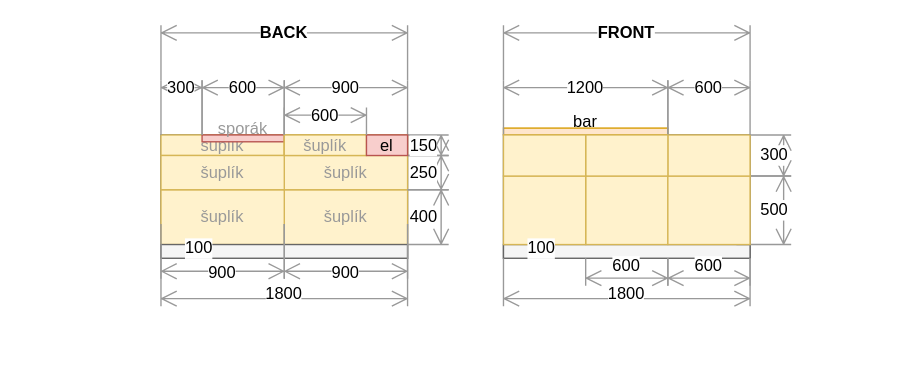
Earlier version of the draw.io diagram docs/src/static/drawings/kitchen.island.drawio (surquest/flat-renovation). Source tidied: cells renumbered, new cells numbered last; positions are measured from the earlier drawing's top-left corner, leaving out a move shared by most shapes. Both pictures are drawn from the tidied source at 137%, with x=0, y=0 at pixel (160, 25).
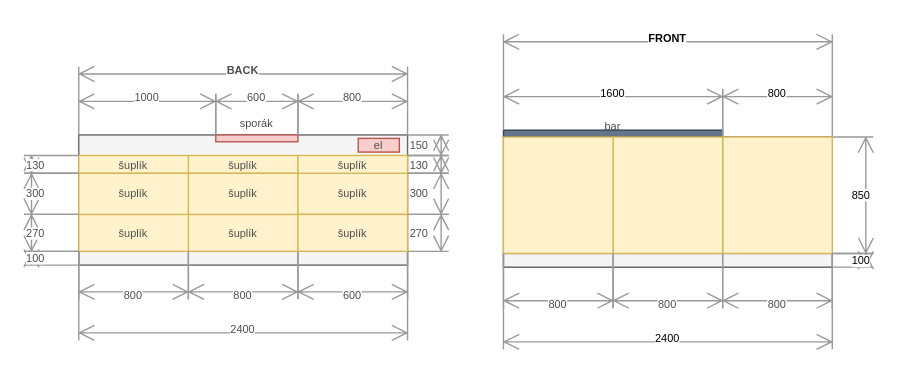
The same diagram, later.

Commit message (it also covers changes not shown here):
Kitchen adjustments

The edit, as a diff of the source:
```diff
@@
-    <mxCell id="2" style="rounded=0;whiteSpace=wrap;html=1;strokeColor=#666666;fillColor=#f5f5f5;fontColor=#333333;" parent="1" vertex="1">
-      <mxGeometry y="80" width="180" height="90" as="geometry" />
-    </mxCell>
-    <mxCell id="3" value="šuplík" style="rounded=0;whiteSpace=wrap;html=1;fillColor=#fff2cc;strokeColor=#d6b656;fontColor=#999999;" parent="1" vertex="1">
-      <mxGeometry y="80" width="90" height="15" as="geometry" />
-    </mxCell>
-    <mxCell id="4" value="šuplík" style="rounded=0;whiteSpace=wrap;html=1;fillColor=#fff2cc;strokeColor=#d6b656;fontColor=#999999;" parent="1" vertex="1">
-      <mxGeometry x="90" y="120" width="90" height="40" as="geometry" />
-    </mxCell>
-    <mxCell id="5" value="šuplík" style="rounded=0;whiteSpace=wrap;html=1;fillColor=#fff2cc;strokeColor=#d6b656;fontColor=#999999;" parent="1" vertex="1">
-      <mxGeometry y="120" width="90" height="40" as="geometry" />
-    </mxCell>
-    <mxCell id="6" style="rounded=0;whiteSpace=wrap;html=1;strokeColor=#666666;fillColor=#f5f5f5;fontColor=#333333;" parent="1" vertex="1">
-      <mxGeometry y="160" width="180" height="10" as="geometry" />
-    </mxCell>
-    <mxCell id="7" value="sporák" style="rounded=0;whiteSpace=wrap;html=1;fillColor=#f8cecc;strokeColor=#b85450;verticalAlign=bottom;fontColor=#999999;" parent="1" vertex="1">
-      <mxGeometry x="30" y="80" width="60" height="5" as="geometry" />
-    </mxCell>
-    <mxCell id="8" style="rounded=0;whiteSpace=wrap;html=1;fillColor=#fff2cc;strokeColor=#d6b656;" parent="1" vertex="1">
-      <mxGeometry x="90" y="80" width="90" height="15" as="geometry" />
-    </mxCell>
-    <mxCell id="9" value="šuplík" style="rounded=0;whiteSpace=wrap;html=1;fillColor=#fff2cc;strokeColor=#d6b656;fontColor=#999999;" parent="1" vertex="1">
-      <mxGeometry x="90" y="95" width="90" height="25" as="geometry" />
-    </mxCell>
-    <mxCell id="10" value="šuplík" style="rounded=0;whiteSpace=wrap;html=1;fillColor=#fff2cc;strokeColor=#d6b656;fontColor=#999999;" parent="1" vertex="1">
-      <mxGeometry y="95" width="90" height="25" as="geometry" />
-    </mxCell>
-    <mxCell id="11" value="1800" style="shape=dimension;direction=east;whiteSpace=wrap;html=1;align=center;verticalAlign=bottom;spacingTop=-8;labelBackgroundColor=#ffffff;strokeColor=#999999;" parent="1" vertex="1">
-      <mxGeometry y="170" width="180" height="35" as="geometry" />
-    </mxCell>
-    <mxCell id="12" value="100" style="shape=dimension;direction=south;whiteSpace=wrap;html=1;align=right;verticalAlign=middle;labelBackgroundColor=#ffffff;strokeColor=none;" parent="1" vertex="1">
-      <mxGeometry y="155" width="40" height="15" as="geometry" />
-    </mxCell>
-    <mxCell id="13" value="900" style="shape=dimension;direction=west;whiteSpace=wrap;html=1;align=center;verticalAlign=top;spacingTop=-8;labelBackgroundColor=#ffffff;strokeColor=#999999;" parent="1" vertex="1">
-      <mxGeometry x="90" y="40" width="90" height="40" as="geometry" />
-    </mxCell>
-    <mxCell id="14" value="300" style="shape=dimension;direction=west;whiteSpace=wrap;html=1;align=center;verticalAlign=top;spacingTop=-8;labelBackgroundColor=#ffffff;strokeColor=#999999;" parent="1" vertex="1">
-      <mxGeometry y="40" width="30" height="40" as="geometry" />
-    </mxCell>
-    <mxCell id="15" value="600" style="shape=dimension;direction=west;whiteSpace=wrap;html=1;align=center;verticalAlign=top;spacingTop=-8;labelBackgroundColor=#ffffff;strokeColor=#999999;" parent="1" vertex="1">
-      <mxGeometry x="30" y="40" width="60" height="40" as="geometry" />
-    </mxCell>
+    <mxCell id="43" style="rounded=0;whiteSpace=wrap;html=1;strokeColor=#666666;fillColor=#f5f5f5;fontColor=#4D4D4D;fontSize=8;" parent="1" vertex="1">
+      <mxGeometry x="-60" y="80" width="240" height="95" as="geometry" />
+    </mxCell>
-    <mxCell id="16" value="400" style="shape=dimension;direction=north;whiteSpace=wrap;html=1;align=left;verticalAlign=middle;labelBackgroundColor=#ffffff;strokeColor=#999999;" parent="1" vertex="1">
-      <mxGeometry x="180" y="120" width="30" height="40" as="geometry" />
+    <mxCell id="16" value="300" style="shape=dimension;direction=north;whiteSpace=wrap;html=1;align=left;verticalAlign=middle;labelBackgroundColor=#ffffff;strokeColor=#999999;fontSize=8;fontColor=#4D4D4D;" parent="1" vertex="1">
+      <mxGeometry x="180" y="108" width="30" height="30" as="geometry" />
     </mxCell>
-    <mxCell id="17" value="250" style="shape=dimension;direction=north;whiteSpace=wrap;html=1;align=left;verticalAlign=middle;labelBackgroundColor=#ffffff;strokeColor=#999999;" parent="1" vertex="1">
-      <mxGeometry x="180" y="95" width="30" height="25" as="geometry" />
-    </mxCell>
-    <mxCell id="18" value="150" style="shape=dimension;direction=north;whiteSpace=wrap;html=1;align=left;verticalAlign=middle;labelBackgroundColor=#ffffff;strokeColor=#999999;" parent="1" vertex="1">
+    <mxCell id="18" value="150" style="shape=dimension;direction=north;whiteSpace=wrap;html=1;align=left;verticalAlign=middle;labelBackgroundColor=#ffffff;strokeColor=#999999;fontSize=8;fontColor=#4D4D4D;" parent="1" vertex="1">
       <mxGeometry x="180" y="80" width="30" height="15" as="geometry" />
     </mxCell>
-    <mxCell id="19" value="BACK" style="shape=dimension;direction=west;whiteSpace=wrap;html=1;align=center;verticalAlign=top;spacingTop=-8;labelBackgroundColor=#ffffff;strokeColor=#999999;fontStyle=1;" parent="1" vertex="1">
-      <mxGeometry width="180" height="40" as="geometry" />
+    <mxCell id="19" value="BACK" style="shape=dimension;direction=west;whiteSpace=wrap;html=1;align=center;verticalAlign=top;spacingTop=-8;labelBackgroundColor=#ffffff;strokeColor=#999999;fontStyle=1;fontSize=8;fontColor=#4D4D4D;" parent="1" vertex="1">
+      <mxGeometry x="-60" y="30" width="240" height="20" as="geometry" />
     </mxCell>
-    <mxCell id="20" style="rounded=0;whiteSpace=wrap;html=1;strokeColor=#666666;fillColor=#f5f5f5;fontColor=#333333;" parent="1" vertex="1">
-      <mxGeometry x="250" y="80" width="180" height="90" as="geometry" />
+    <mxCell id="20" style="rounded=0;whiteSpace=wrap;html=1;strokeColor=#666666;fillColor=#f5f5f5;fontColor=#333333;fontSize=8;" parent="1" vertex="1">
+      <mxGeometry x="250" y="81.5" width="240" height="95" as="geometry" />
     </mxCell>
-    <mxCell id="21" style="rounded=0;whiteSpace=wrap;html=1;strokeColor=#666666;fillColor=#f5f5f5;fontColor=#333333;" parent="1" vertex="1">
-      <mxGeometry x="250" y="160" width="180" height="10" as="geometry" />
+    <mxCell id="21" style="rounded=0;whiteSpace=wrap;html=1;strokeColor=#666666;fillColor=#f5f5f5;fontColor=#333333;fontSize=8;" parent="1" vertex="1">
+      <mxGeometry x="250" y="166.5" width="240" height="10" as="geometry" />
     </mxCell>
-    <mxCell id="22" value="1800" style="shape=dimension;direction=east;whiteSpace=wrap;html=1;align=center;verticalAlign=bottom;spacingTop=-8;labelBackgroundColor=#ffffff;strokeColor=#999999;" parent="1" vertex="1">
-      <mxGeometry x="250" y="170" width="180" height="35" as="geometry" />
+    <mxCell id="22" value="2400" style="shape=dimension;direction=east;whiteSpace=wrap;html=1;align=center;verticalAlign=bottom;spacingTop=-8;labelBackgroundColor=#ffffff;strokeColor=#999999;fontSize=8;" parent="1" vertex="1">
+      <mxGeometry x="250" y="176.5" width="240" height="60" as="geometry" />
     </mxCell>
-    <mxCell id="23" value="600" style="shape=dimension;direction=east;whiteSpace=wrap;html=1;align=center;verticalAlign=top;spacingTop=-8;labelBackgroundColor=#ffffff;strokeColor=#999999;" parent="1" vertex="1">
-      <mxGeometry x="310" y="170" width="60" height="20" as="geometry" />
-    </mxCell>
-    <mxCell id="24" value="500" style="shape=dimension;direction=north;whiteSpace=wrap;html=1;align=right;verticalAlign=middle;labelBackgroundColor=#ffffff;strokeColor=#999999;" parent="1" vertex="1">
-      <mxGeometry x="420" y="110" width="40" height="50" as="geometry" />
-    </mxCell>
-    <mxCell id="25" value="300" style="shape=dimension;direction=north;whiteSpace=wrap;html=1;align=right;verticalAlign=middle;labelBackgroundColor=#ffffff;strokeColor=#999999;" parent="1" vertex="1">
-      <mxGeometry x="430" y="80" width="30" height="30" as="geometry" />
+    <mxCell id="25" value="850" style="shape=dimension;direction=north;whiteSpace=wrap;html=1;align=right;verticalAlign=middle;labelBackgroundColor=#ffffff;strokeColor=#999999;fontSize=8;" parent="1" vertex="1">
+      <mxGeometry x="490" y="81.5" width="30" height="85" as="geometry" />
     </mxCell>
-    <mxCell id="26" value="FRONT" style="shape=dimension;direction=west;whiteSpace=wrap;html=1;align=center;verticalAlign=top;spacingTop=-8;labelBackgroundColor=#ffffff;strokeColor=#999999;fontStyle=1;" parent="1" vertex="1">
-      <mxGeometry x="250" width="180" height="40" as="geometry" />
+    <mxCell id="26" value="FRONT" style="shape=dimension;direction=west;whiteSpace=wrap;html=1;align=center;verticalAlign=top;spacingTop=-8;labelBackgroundColor=#ffffff;strokeColor=#999999;fontStyle=1;fontSize=8;" parent="1" vertex="1">
+      <mxGeometry x="250" y="6.5" width="240" height="40" as="geometry" />
     </mxCell>
-    <mxCell id="27" style="rounded=0;whiteSpace=wrap;html=1;fillColor=#fff2cc;strokeColor=#d6b656;" parent="1" vertex="1">
-      <mxGeometry x="310" y="110" width="60" height="50" as="geometry" />
-    </mxCell>
-    <mxCell id="28" value="bar" style="rounded=0;whiteSpace=wrap;html=1;fillColor=#ffe6cc;strokeColor=#d79b00;verticalAlign=bottom;" parent="1" vertex="1">
-      <mxGeometry x="250" y="75" width="120" height="5" as="geometry" />
+    <mxCell id="28" value="&lt;font color=&quot;#4d4d4d&quot; style=&quot;font-size: 8px;&quot;&gt;bar&lt;/font&gt;" style="rounded=0;whiteSpace=wrap;html=1;fillColor=#647687;strokeColor=#314354;verticalAlign=bottom;fontColor=#ffffff;fontSize=8;" parent="1" vertex="1">
+      <mxGeometry x="250" y="76.5" width="160" height="5" as="geometry" />
     </mxCell>
-    <mxCell id="29" style="rounded=0;whiteSpace=wrap;html=1;fillColor=#fff2cc;strokeColor=#d6b656;" parent="1" vertex="1">
-      <mxGeometry x="370" y="110" width="60" height="50" as="geometry" />
-    </mxCell>
-    <mxCell id="30" style="rounded=0;whiteSpace=wrap;html=1;fillColor=#fff2cc;strokeColor=#d6b656;" parent="1" vertex="1">
-      <mxGeometry x="370" y="80" width="60" height="30" as="geometry" />
-    </mxCell>
-    <mxCell id="31" value="1200" style="shape=dimension;direction=west;whiteSpace=wrap;html=1;align=center;verticalAlign=top;spacingTop=-8;labelBackgroundColor=#ffffff;strokeColor=#999999;" parent="1" vertex="1">
-      <mxGeometry x="250" y="40" width="120" height="40" as="geometry" />
-    </mxCell>
-    <mxCell id="32" value="600" style="shape=dimension;direction=west;whiteSpace=wrap;html=1;align=center;verticalAlign=top;spacingTop=-8;labelBackgroundColor=#ffffff;strokeColor=#999999;" parent="1" vertex="1">
-      <mxGeometry x="370" y="40" width="60" height="40" as="geometry" />
+    <mxCell id="32" value="800" style="shape=dimension;direction=west;whiteSpace=wrap;html=1;align=center;verticalAlign=top;spacingTop=-8;labelBackgroundColor=#ffffff;strokeColor=#999999;fontSize=8;" parent="1" vertex="1">
+      <mxGeometry x="410" y="46.5" width="80" height="40" as="geometry" />
     </mxCell>
-    <mxCell id="33" style="rounded=0;whiteSpace=wrap;html=1;fillColor=#fff2cc;strokeColor=#d6b656;" parent="1" vertex="1">
-      <mxGeometry x="310" y="80" width="60" height="30" as="geometry" />
-    </mxCell>
-    <mxCell id="34" value="600" style="shape=dimension;direction=east;whiteSpace=wrap;html=1;align=center;verticalAlign=top;spacingTop=-8;labelBackgroundColor=#ffffff;strokeColor=#999999;" parent="1" vertex="1">
-      <mxGeometry x="370" y="170" width="60" height="20" as="geometry" />
-    </mxCell>
-    <mxCell id="35" style="rounded=0;whiteSpace=wrap;html=1;fillColor=#fff2cc;strokeColor=#d6b656;" parent="1" vertex="1">
-      <mxGeometry x="250" y="110" width="60" height="50" as="geometry" />
-    </mxCell>
-    <mxCell id="36" style="rounded=0;whiteSpace=wrap;html=1;fillColor=#fff2cc;strokeColor=#d6b656;" parent="1" vertex="1">
-      <mxGeometry x="250" y="80" width="60" height="30" as="geometry" />
-    </mxCell>
-    <mxCell id="37" value="100" style="shape=dimension;direction=south;whiteSpace=wrap;html=1;align=right;verticalAlign=middle;labelBackgroundColor=#ffffff;strokeColor=none;" parent="1" vertex="1">
-      <mxGeometry x="250" y="155" width="40" height="15" as="geometry" />
-    </mxCell>
-    <mxCell id="38" value="šuplík" style="rounded=0;whiteSpace=wrap;html=1;fillColor=#fff2cc;strokeColor=#d6b656;fontColor=#999999;" parent="1" vertex="1">
-      <mxGeometry x="90" y="80" width="60" height="15" as="geometry" />
-    </mxCell>
+    <mxCell id="44" value="270" style="shape=dimension;direction=north;whiteSpace=wrap;html=1;align=left;verticalAlign=middle;labelBackgroundColor=#ffffff;strokeColor=#999999;fontSize=8;fontColor=#4D4D4D;" parent="1" vertex="1">
+      <mxGeometry x="180" y="138" width="30" height="27" as="geometry" />
+    </mxCell>
+    <mxCell id="45" style="rounded=0;whiteSpace=wrap;html=1;fillColor=#fff2cc;strokeColor=#d6b656;fontSize=8;" parent="1" vertex="1">
+      <mxGeometry x="410" y="81.5" width="80" height="85" as="geometry" />
+    </mxCell>
+    <mxCell id="46" style="rounded=0;whiteSpace=wrap;html=1;fillColor=#fff2cc;strokeColor=#d6b656;fontSize=8;" parent="1" vertex="1">
+      <mxGeometry x="330" y="81.5" width="80" height="85" as="geometry" />
+    </mxCell>
+    <mxCell id="47" style="rounded=0;whiteSpace=wrap;html=1;fillColor=#fff2cc;strokeColor=#d6b656;fontSize=8;" parent="1" vertex="1">
+      <mxGeometry x="250" y="81.5" width="80" height="85" as="geometry" />
+    </mxCell>
+    <mxCell id="48" value="100" style="shape=dimension;direction=north;whiteSpace=wrap;html=1;align=right;verticalAlign=middle;labelBackgroundColor=#ffffff;strokeColor=#999999;fontSize=8;" parent="1" vertex="1">
+      <mxGeometry x="490" y="166.5" width="30" height="10" as="geometry" />
+    </mxCell>
+    <mxCell id="49" value="1600" style="shape=dimension;direction=west;whiteSpace=wrap;html=1;align=center;verticalAlign=top;spacingTop=-8;labelBackgroundColor=#ffffff;strokeColor=#999999;fontSize=8;" parent="1" vertex="1">
+      <mxGeometry x="250" y="46.5" width="160" height="30" as="geometry" />
+    </mxCell>
+    <mxCell id="50" value="800" style="shape=dimension;whiteSpace=wrap;html=1;align=center;verticalAlign=bottom;spacingBottom=-5;labelBackgroundColor=#ffffff;strokeColor=#999999;fontColor=#4D4D4D;fontSize=8;" parent="1" vertex="1">
+      <mxGeometry x="250" y="166.5" width="80" height="40" as="geometry" />
+    </mxCell>
+    <mxCell id="51" value="800" style="shape=dimension;whiteSpace=wrap;html=1;align=center;verticalAlign=bottom;spacingBottom=-5;labelBackgroundColor=#ffffff;strokeColor=#999999;fontColor=#4D4D4D;fontSize=8;" parent="1" vertex="1">
+      <mxGeometry x="330" y="166.5" width="80" height="40" as="geometry" />
+    </mxCell>
+    <mxCell id="52" value="800" style="shape=dimension;whiteSpace=wrap;html=1;align=center;verticalAlign=bottom;spacingBottom=-5;labelBackgroundColor=#ffffff;strokeColor=#999999;fontColor=#4D4D4D;fontSize=8;" parent="1" vertex="1">
+      <mxGeometry x="410" y="166.5" width="80" height="40" as="geometry" />
+    </mxCell>
+    <mxCell id="53" value="šuplík" style="rounded=0;whiteSpace=wrap;html=1;fillColor=#fff2cc;strokeColor=#d6b656;fontColor=#4D4D4D;fontSize=8;" parent="1" vertex="1">
+      <mxGeometry x="20" y="95" width="80" height="13" as="geometry" />
+    </mxCell>
+    <mxCell id="54" value="šuplík" style="rounded=0;whiteSpace=wrap;html=1;fillColor=#fff2cc;strokeColor=#d6b656;fontColor=#4D4D4D;fontSize=8;" parent="1" vertex="1">
+      <mxGeometry x="20" y="138" width="80" height="27" as="geometry" />
+    </mxCell>
+    <mxCell id="55" value="šuplík" style="rounded=0;whiteSpace=wrap;html=1;fillColor=#fff2cc;strokeColor=#d6b656;fontColor=#4D4D4D;fontSize=8;" parent="1" vertex="1">
+      <mxGeometry x="20" y="108" width="80" height="30" as="geometry" />
+    </mxCell>
+    <mxCell id="7" value="sporák" style="rounded=0;whiteSpace=wrap;html=1;fillColor=#f8cecc;strokeColor=#b85450;verticalAlign=bottom;fontColor=#4D4D4D;fontSize=8;labelPosition=center;verticalLabelPosition=top;align=center;" parent="1" vertex="1">
+      <mxGeometry x="40" y="80" width="60" height="5" as="geometry" />
+    </mxCell>
+    <mxCell id="56" value="šuplík" style="rounded=0;whiteSpace=wrap;html=1;fillColor=#fff2cc;strokeColor=#d6b656;fontColor=#4D4D4D;fontSize=8;" parent="1" vertex="1">
+      <mxGeometry x="-60" y="95" width="80" height="13" as="geometry" />
+    </mxCell>
+    <mxCell id="57" value="šuplík" style="rounded=0;whiteSpace=wrap;html=1;fillColor=#fff2cc;strokeColor=#d6b656;fontColor=#4D4D4D;fontSize=8;" parent="1" vertex="1">
+      <mxGeometry x="-60" y="138" width="80" height="27" as="geometry" />
+    </mxCell>
+    <mxCell id="58" value="šuplík" style="rounded=0;whiteSpace=wrap;html=1;fillColor=#fff2cc;strokeColor=#d6b656;fontColor=#4D4D4D;fontSize=8;" parent="1" vertex="1">
+      <mxGeometry x="-60" y="108" width="80" height="30" as="geometry" />
+    </mxCell>
+    <mxCell id="59" value="600" style="shape=dimension;direction=west;whiteSpace=wrap;html=1;align=center;verticalAlign=top;spacingTop=-8;labelBackgroundColor=#ffffff;strokeColor=#999999;fontSize=8;fontColor=#4D4D4D;" parent="1" vertex="1">
+      <mxGeometry x="40" y="50" width="60" height="30" as="geometry" />
+    </mxCell>
+    <mxCell id="60" value="1000" style="shape=dimension;direction=west;whiteSpace=wrap;html=1;align=center;verticalAlign=top;spacingTop=-8;labelBackgroundColor=#ffffff;strokeColor=#999999;fontSize=8;fontColor=#4D4D4D;" parent="1" vertex="1">
+      <mxGeometry x="-60" y="50" width="100" height="30" as="geometry" />
+    </mxCell>
-    <mxCell id="39" value="el" style="rounded=0;whiteSpace=wrap;html=1;fillColor=#f8cecc;strokeColor=#b85450;" parent="1" vertex="1">
-      <mxGeometry x="150" y="80" width="30" height="15" as="geometry" />
+    <mxCell id="39" value="&lt;font style=&quot;font-size: 8px;&quot;&gt;el&lt;/font&gt;" style="rounded=0;whiteSpace=wrap;html=1;fillColor=#f8cecc;strokeColor=#b85450;fontSize=8;fontColor=#4D4D4D;" parent="1" vertex="1">
+      <mxGeometry x="144" y="82.5" width="30" height="10" as="geometry" />
     </mxCell>
-    <mxCell id="40" value="900" style="shape=dimension;whiteSpace=wrap;html=1;align=center;verticalAlign=bottom;spacingBottom=-5;labelBackgroundColor=#ffffff;strokeColor=#999999;" parent="1" vertex="1">
-      <mxGeometry y="145" width="90" height="40" as="geometry" />
-    </mxCell>
-    <mxCell id="41" value="900" style="shape=dimension;whiteSpace=wrap;html=1;align=center;verticalAlign=bottom;spacingBottom=-5;labelBackgroundColor=#ffffff;strokeColor=#999999;" parent="1" vertex="1">
-      <mxGeometry x="90" y="145" width="90" height="40" as="geometry" />
-    </mxCell>
-    <mxCell id="42" value="600" style="shape=dimension;direction=west;whiteSpace=wrap;html=1;align=center;verticalAlign=top;spacingTop=-8;labelBackgroundColor=#ffffff;strokeColor=#999999;" parent="1" vertex="1">
-      <mxGeometry x="90" y="60" width="60" height="20" as="geometry" />
-    </mxCell>
+    <mxCell id="61" value="100" style="shape=dimension;direction=south;whiteSpace=wrap;html=1;align=left;verticalAlign=middle;labelBackgroundColor=#ffffff;strokeColor=#999999;fontColor=#4D4D4D;fontSize=8;" parent="1" vertex="1">
+      <mxGeometry x="-100" y="165" width="40" height="10" as="geometry" />
+    </mxCell>
+    <mxCell id="14" value="300" style="shape=dimension;direction=south;whiteSpace=wrap;html=1;align=left;verticalAlign=middle;labelBackgroundColor=#ffffff;strokeColor=#999999;fontColor=#4D4D4D;fontSize=8;" parent="1" vertex="1">
+      <mxGeometry x="-100" y="108" width="40" height="30" as="geometry" />
+    </mxCell>
+    <mxCell id="62" value="270" style="shape=dimension;direction=south;whiteSpace=wrap;html=1;align=left;verticalAlign=middle;labelBackgroundColor=#ffffff;strokeColor=#999999;fontColor=#4D4D4D;fontSize=8;" parent="1" vertex="1">
+      <mxGeometry x="-100" y="138" width="40" height="27" as="geometry" />
+    </mxCell>
+    <mxCell id="63" value="130" style="shape=dimension;direction=south;whiteSpace=wrap;html=1;align=left;verticalAlign=middle;labelBackgroundColor=#ffffff;strokeColor=#999999;fontColor=#4D4D4D;fontSize=8;" parent="1" vertex="1">
+      <mxGeometry x="-100" y="95" width="40" height="13" as="geometry" />
+    </mxCell>
+    <mxCell id="64" value="2400" style="shape=dimension;direction=east;whiteSpace=wrap;html=1;align=center;verticalAlign=bottom;spacingTop=-8;labelBackgroundColor=#ffffff;strokeColor=#999999;fontSize=8;fontColor=#4D4D4D;" parent="1" vertex="1">
+      <mxGeometry x="-60" y="165" width="240" height="65" as="geometry" />
+    </mxCell>
+    <mxCell id="65" value="800" style="shape=dimension;whiteSpace=wrap;html=1;align=center;verticalAlign=bottom;spacingBottom=-5;labelBackgroundColor=#ffffff;strokeColor=#999999;fontColor=#4D4D4D;fontSize=8;" parent="1" vertex="1">
+      <mxGeometry x="-60" y="165" width="80" height="35" as="geometry" />
+    </mxCell>
+    <mxCell id="66" value="800" style="shape=dimension;whiteSpace=wrap;html=1;align=center;verticalAlign=bottom;spacingBottom=-5;labelBackgroundColor=#ffffff;strokeColor=#999999;fontColor=#4D4D4D;fontSize=8;" parent="1" vertex="1">
+      <mxGeometry x="20" y="165" width="80" height="35" as="geometry" />
+    </mxCell>
+    <mxCell id="67" value="600" style="shape=dimension;whiteSpace=wrap;html=1;align=center;verticalAlign=bottom;spacingBottom=-5;labelBackgroundColor=#ffffff;strokeColor=#999999;fontColor=#4D4D4D;fontSize=8;" parent="1" vertex="1">
+      <mxGeometry x="100" y="165" width="80" height="35" as="geometry" />
+    </mxCell>
+    <mxCell id="68" value="šuplík" style="rounded=0;whiteSpace=wrap;html=1;fillColor=#fff2cc;strokeColor=#d6b656;fontColor=#4D4D4D;fontSize=8;" parent="1" vertex="1">
+      <mxGeometry x="100" y="108" width="80" height="30" as="geometry" />
+    </mxCell>
+    <mxCell id="69" value="800" style="shape=dimension;direction=west;whiteSpace=wrap;html=1;align=center;verticalAlign=top;spacingTop=-8;labelBackgroundColor=#ffffff;strokeColor=#999999;fontSize=8;fontColor=#4D4D4D;" parent="1" vertex="1">
+      <mxGeometry x="100" y="50" width="80" height="30" as="geometry" />
+    </mxCell>
+    <mxCell id="70" value="šuplík" style="rounded=0;whiteSpace=wrap;html=1;fillColor=#fff2cc;strokeColor=#d6b656;fontColor=#4D4D4D;fontSize=8;" parent="1" vertex="1">
+      <mxGeometry x="100" y="95" width="80" height="13" as="geometry" />
+    </mxCell>
+    <mxCell id="71" value="šuplík" style="rounded=0;whiteSpace=wrap;html=1;fillColor=#fff2cc;strokeColor=#d6b656;fontColor=#4D4D4D;fontSize=8;" parent="1" vertex="1">
+      <mxGeometry x="100" y="138" width="80" height="27" as="geometry" />
+    </mxCell>
+    <mxCell id="72" value="130" style="shape=dimension;direction=north;whiteSpace=wrap;html=1;align=left;verticalAlign=middle;labelBackgroundColor=#ffffff;strokeColor=#999999;fontSize=8;fontColor=#4D4D4D;" parent="1" vertex="1">
+      <mxGeometry x="180" y="95" width="30" height="13" as="geometry" />
+    </mxCell>
```
